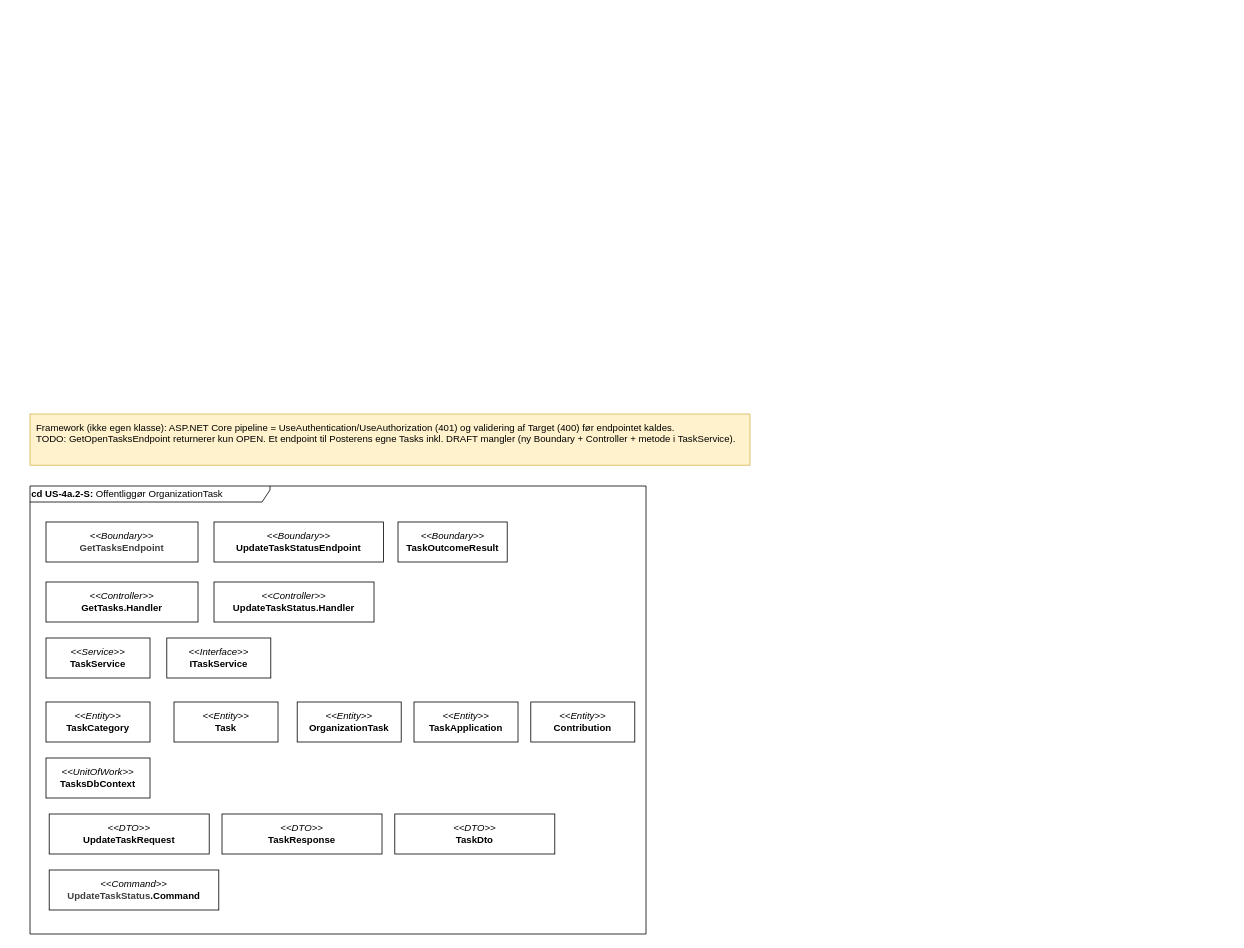
Echo-AU/artifacts keeps this draw.io diagram as page "2 - klasser" (2 of 3) of drawio/Applikationsmodeller/US4a/BE/US4a_2_PublishOrgTask.drawio. Above is the earlier version. Source tidied: cells renumbered, new cells numbered last; positions are measured from the earlier drawing's top-left corner, leaving out a move shared by most shapes. Both pictures are drawn from the tidied source at 80%, with x=0, y=0 at pixel (30, 414).
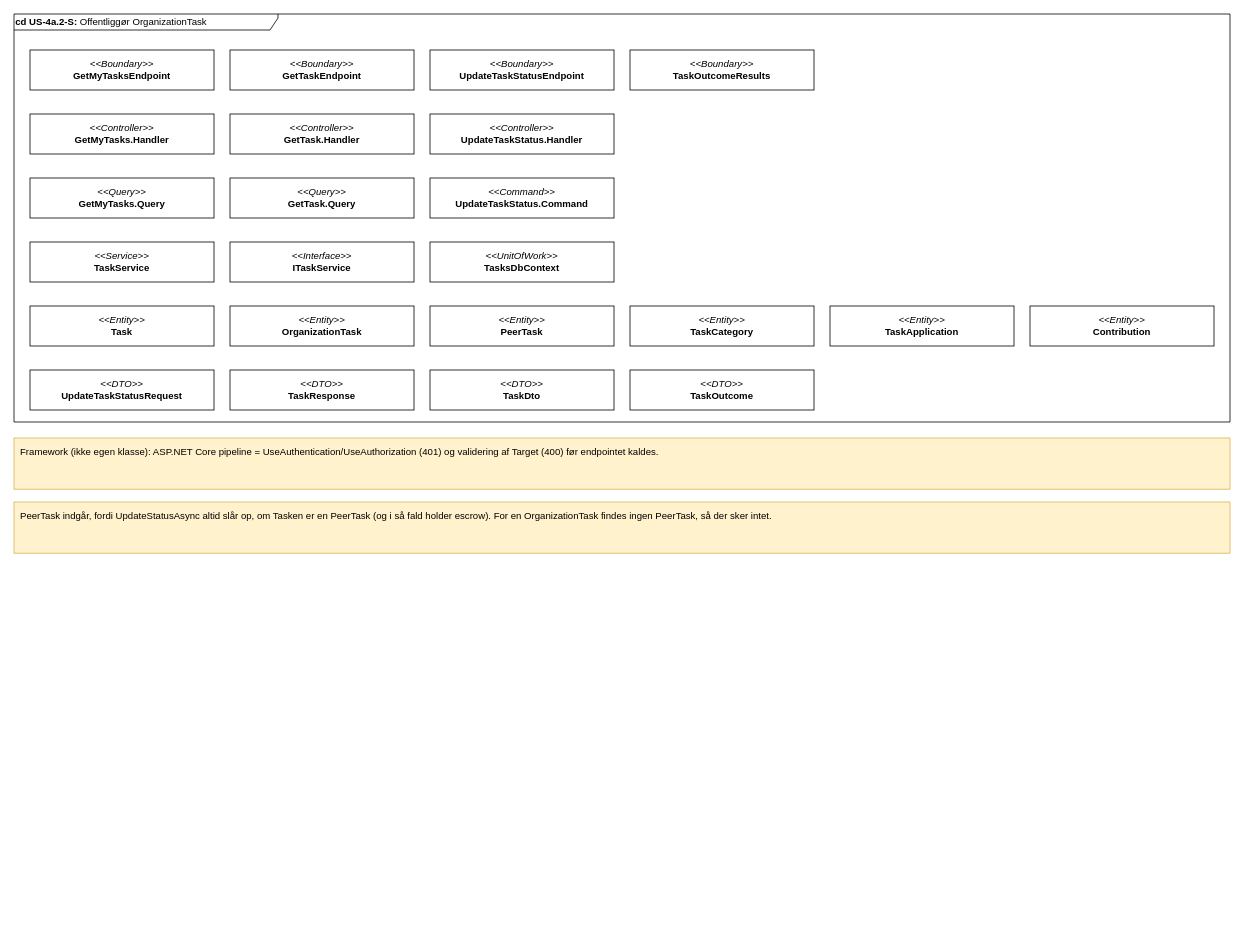
The same page after the edit.

The edit, as a diff of the source:
```diff
@@
-    <mxCell id="2" value="Framework (ikke egen klasse): ASP.NET Core pipeline = UseAuthentication/UseAuthorization (401) og validering af Target (400) før endpointet kaldes.&lt;br&gt;TODO: GetOpenTasksEndpoint returnerer kun OPEN. Et endpoint til Posterens egne Tasks inkl. DRAFT mangler (ny Boundary + Controller + metode i TaskService)." style="rounded=0;whiteSpace=wrap;html=1;fillColor=#fff2cc;strokeColor=#d6b656;align=left;verticalAlign=top;spacingLeft=6;spacingTop=4;" parent="1" vertex="1">
-      <mxGeometry width="900" height="64" as="geometry" />
-    </mxCell>
-    <mxCell id="3" value="&lt;b&gt;cd US-4a.2-S: &lt;/b&gt;Offentliggør OrganizationTask" style="shape=umlFrame;whiteSpace=wrap;html=1;width=300;height=20;align=left;" parent="1" vertex="1">
-      <mxGeometry y="90" width="770" height="560" as="geometry" />
+    <mxCell id="3" value="&lt;b&gt;cd US-4a.2-S: &lt;/b&gt;Offentliggør OrganizationTask" style="shape=umlFrame;whiteSpace=wrap;html=1;width=330;height=20;align=left;" parent="1" vertex="1">
+      <mxGeometry x="-20" y="-500" width="1520" height="510" as="geometry" />
     </mxCell>
-    <mxCell id="4" value="&lt;span style=&quot;font-weight: normal;&quot;&gt;&lt;i&gt;&amp;lt;&amp;lt;Boundary&amp;gt;&amp;gt;&lt;/i&gt;&lt;/span&gt;&lt;div&gt;&lt;span style=&quot;color: rgb(63, 63, 63); scrollbar-color: rgba(121, 121, 121, 0.4) rgb(30, 30, 30);&quot;&gt;GetTasksEndpoint&lt;/span&gt;&lt;/div&gt;" style="rounded=0;whiteSpace=wrap;html=1;fontStyle=1;" parent="1" vertex="1">
-      <mxGeometry x="20" y="135" width="190" height="50" as="geometry" />
-    </mxCell>
+    <mxCell id="21" value="&lt;span style=&quot;font-weight: normal;&quot;&gt;&lt;i&gt;&amp;lt;&amp;lt;Boundary&amp;gt;&amp;gt;&lt;/i&gt;&lt;/span&gt;&lt;div&gt;GetMyTasksEndpoint&lt;/div&gt;" style="rounded=0;whiteSpace=wrap;html=1;fontStyle=1;" parent="1" vertex="1">
+      <mxGeometry y="-455" width="230" height="50" as="geometry" />
+    </mxCell>
+    <mxCell id="22" value="&lt;span style=&quot;font-weight: normal;&quot;&gt;&lt;i&gt;&amp;lt;&amp;lt;Boundary&amp;gt;&amp;gt;&lt;/i&gt;&lt;/span&gt;&lt;div&gt;GetTaskEndpoint&lt;/div&gt;" style="rounded=0;whiteSpace=wrap;html=1;fontStyle=1;" parent="1" vertex="1">
+      <mxGeometry x="250" y="-455" width="230" height="50" as="geometry" />
+    </mxCell>
     <mxCell id="5" value="&lt;span style=&quot;font-weight: normal;&quot;&gt;&lt;i&gt;&amp;lt;&amp;lt;Boundary&amp;gt;&amp;gt;&lt;/i&gt;&lt;/span&gt;&lt;div&gt;UpdateTaskStatusEndpoint&lt;/div&gt;" style="rounded=0;whiteSpace=wrap;html=1;fontStyle=1;" parent="1" vertex="1">
-      <mxGeometry x="230" y="135" width="212" height="50" as="geometry" />
+      <mxGeometry x="500" y="-455" width="230" height="50" as="geometry" />
     </mxCell>
-    <mxCell id="6" value="&lt;span style=&quot;font-weight: normal;&quot;&gt;&lt;i&gt;&amp;lt;&amp;lt;Boundary&amp;gt;&amp;gt;&lt;/i&gt;&lt;/span&gt;&lt;div&gt;TaskOutcomeResult&lt;/div&gt;" style="rounded=0;whiteSpace=wrap;html=1;fontStyle=1;" parent="1" vertex="1">
-      <mxGeometry x="460" y="135" width="136.5" height="50" as="geometry" />
-    </mxCell>
-    <mxCell id="7" value="&lt;span style=&quot;font-weight: normal;&quot;&gt;&lt;i&gt;&amp;lt;&amp;lt;Controller&amp;gt;&amp;gt;&lt;/i&gt;&lt;/span&gt;&lt;div&gt;GetTasks.Handler&lt;/div&gt;" style="rounded=0;whiteSpace=wrap;html=1;fontStyle=1;" parent="1" vertex="1">
-      <mxGeometry x="20" y="210" width="190" height="50" as="geometry" />
-    </mxCell>
-    <mxCell id="8" value="&lt;span style=&quot;font-weight: normal;&quot;&gt;&lt;i&gt;&amp;lt;&amp;lt;Command&amp;gt;&amp;gt;&lt;br&gt;&lt;/i&gt;&lt;/span&gt;&lt;div&gt;&lt;span style=&quot;color: rgb(63, 63, 63); background-color: transparent;&quot;&gt;UpdateTaskStatus&lt;/span&gt;.Command&lt;/div&gt;" style="rounded=0;whiteSpace=wrap;html=1;fontStyle=1;" parent="1" vertex="1">
-      <mxGeometry x="24" y="570" width="212" height="50" as="geometry" />
-    </mxCell>
-    <mxCell id="9" value="&lt;span style=&quot;font-weight: normal;&quot;&gt;&lt;i&gt;&amp;lt;&amp;lt;DTO&amp;gt;&amp;gt;&lt;/i&gt;&lt;/span&gt;&lt;div&gt;UpdateTaskRequest&lt;/div&gt;" style="rounded=0;whiteSpace=wrap;html=1;fontStyle=1;" parent="1" vertex="1">
-      <mxGeometry x="24" y="500" width="200" height="50" as="geometry" />
-    </mxCell>
+    <mxCell id="23" value="&lt;span style=&quot;font-weight: normal;&quot;&gt;&lt;i&gt;&amp;lt;&amp;lt;Boundary&amp;gt;&amp;gt;&lt;/i&gt;&lt;/span&gt;&lt;div&gt;TaskOutcomeResults&lt;/div&gt;" style="rounded=0;whiteSpace=wrap;html=1;fontStyle=1;" parent="1" vertex="1">
+      <mxGeometry x="750" y="-455" width="230" height="50" as="geometry" />
+    </mxCell>
+    <mxCell id="24" value="&lt;span style=&quot;font-weight: normal;&quot;&gt;&lt;i&gt;&amp;lt;&amp;lt;Controller&amp;gt;&amp;gt;&lt;/i&gt;&lt;/span&gt;&lt;div&gt;GetMyTasks.Handler&lt;/div&gt;" style="rounded=0;whiteSpace=wrap;html=1;fontStyle=1;" parent="1" vertex="1">
+      <mxGeometry y="-375" width="230" height="50" as="geometry" />
+    </mxCell>
+    <mxCell id="25" value="&lt;span style=&quot;font-weight: normal;&quot;&gt;&lt;i&gt;&amp;lt;&amp;lt;Controller&amp;gt;&amp;gt;&lt;/i&gt;&lt;/span&gt;&lt;div&gt;GetTask.Handler&lt;/div&gt;" style="rounded=0;whiteSpace=wrap;html=1;fontStyle=1;" parent="1" vertex="1">
+      <mxGeometry x="250" y="-375" width="230" height="50" as="geometry" />
+    </mxCell>
+    <mxCell id="13" value="&lt;span style=&quot;font-weight: normal;&quot;&gt;&lt;i&gt;&amp;lt;&amp;lt;Controller&amp;gt;&amp;gt;&lt;/i&gt;&lt;/span&gt;&lt;div&gt;UpdateTaskStatus.Handler&lt;/div&gt;" style="rounded=0;whiteSpace=wrap;html=1;fontStyle=1;" parent="1" vertex="1">
+      <mxGeometry x="500" y="-375" width="230" height="50" as="geometry" />
+    </mxCell>
+    <mxCell id="26" value="&lt;span style=&quot;font-weight: normal;&quot;&gt;&lt;i&gt;&amp;lt;&amp;lt;Query&amp;gt;&amp;gt;&lt;/i&gt;&lt;/span&gt;&lt;div&gt;GetMyTasks.Query&lt;/div&gt;" style="rounded=0;whiteSpace=wrap;html=1;fontStyle=1;" parent="1" vertex="1">
+      <mxGeometry y="-295" width="230" height="50" as="geometry" />
+    </mxCell>
+    <mxCell id="27" value="&lt;span style=&quot;font-weight: normal;&quot;&gt;&lt;i&gt;&amp;lt;&amp;lt;Query&amp;gt;&amp;gt;&lt;/i&gt;&lt;/span&gt;&lt;div&gt;GetTask.Query&lt;/div&gt;" style="rounded=0;whiteSpace=wrap;html=1;fontStyle=1;" parent="1" vertex="1">
+      <mxGeometry x="250" y="-295" width="230" height="50" as="geometry" />
+    </mxCell>
+    <mxCell id="28" value="&lt;span style=&quot;font-weight: normal;&quot;&gt;&lt;i&gt;&amp;lt;&amp;lt;Command&amp;gt;&amp;gt;&lt;/i&gt;&lt;/span&gt;&lt;div&gt;UpdateTaskStatus.Command&lt;/div&gt;" style="rounded=0;whiteSpace=wrap;html=1;fontStyle=1;" parent="1" vertex="1">
+      <mxGeometry x="500" y="-295" width="230" height="50" as="geometry" />
+    </mxCell>
     <mxCell id="10" value="&lt;span style=&quot;font-weight: normal;&quot;&gt;&lt;i&gt;&amp;lt;&amp;lt;Service&amp;gt;&amp;gt;&lt;/i&gt;&lt;/span&gt;&lt;div&gt;TaskService&lt;/div&gt;" style="rounded=0;whiteSpace=wrap;html=1;fontStyle=1;" parent="1" vertex="1">
-      <mxGeometry x="20" y="280" width="130" height="50" as="geometry" />
+      <mxGeometry y="-215" width="230" height="50" as="geometry" />
     </mxCell>
+    <mxCell id="14" value="&lt;span style=&quot;font-weight: normal;&quot;&gt;&lt;i&gt;&amp;lt;&amp;lt;Interface&amp;gt;&amp;gt;&lt;/i&gt;&lt;/span&gt;&lt;div&gt;ITaskService&lt;/div&gt;" style="rounded=0;whiteSpace=wrap;html=1;fontStyle=1;" parent="1" vertex="1">
+      <mxGeometry x="250" y="-215" width="230" height="50" as="geometry" />
+    </mxCell>
     <mxCell id="11" value="&lt;span style=&quot;font-weight: normal;&quot;&gt;&lt;i&gt;&amp;lt;&amp;lt;UnitOfWork&amp;gt;&amp;gt;&lt;/i&gt;&lt;/span&gt;&lt;div&gt;TasksDbContext&lt;/div&gt;" style="rounded=0;whiteSpace=wrap;html=1;fontStyle=1;" parent="1" vertex="1">
-      <mxGeometry x="20" y="430" width="130" height="50" as="geometry" />
+      <mxGeometry x="500" y="-215" width="230" height="50" as="geometry" />
     </mxCell>
-    <mxCell id="12" value="&lt;span style=&quot;font-weight: normal;&quot;&gt;&lt;i&gt;&amp;lt;&amp;lt;Entity&amp;gt;&amp;gt;&lt;/i&gt;&lt;/span&gt;&lt;div&gt;TaskCategory&lt;/div&gt;" style="rounded=0;whiteSpace=wrap;html=1;fontStyle=1;" parent="1" vertex="1">
-      <mxGeometry x="20" y="360" width="130" height="50" as="geometry" />
-    </mxCell>
-    <mxCell id="13" value="&lt;span style=&quot;font-weight: normal;&quot;&gt;&lt;i&gt;&amp;lt;&amp;lt;Controller&amp;gt;&amp;gt;&lt;/i&gt;&lt;/span&gt;&lt;div&gt;UpdateTaskStatus.Handler&lt;/div&gt;" style="rounded=0;whiteSpace=wrap;html=1;fontStyle=1;" parent="1" vertex="1">
-      <mxGeometry x="230" y="210" width="200" height="50" as="geometry" />
-    </mxCell>
-    <mxCell id="14" value="&lt;span style=&quot;font-weight: normal;&quot;&gt;&lt;i&gt;&amp;lt;&amp;lt;Interface&amp;gt;&amp;gt;&lt;/i&gt;&lt;/span&gt;&lt;div&gt;ITaskService&lt;/div&gt;" style="rounded=0;whiteSpace=wrap;html=1;fontStyle=1;" parent="1" vertex="1">
-      <mxGeometry x="171" y="280" width="130" height="50" as="geometry" />
-    </mxCell>
     <mxCell id="15" value="&lt;span style=&quot;font-weight: normal;&quot;&gt;&lt;i&gt;&amp;lt;&amp;lt;Entity&amp;gt;&amp;gt;&lt;/i&gt;&lt;/span&gt;&lt;div&gt;Task&lt;/div&gt;" style="rounded=0;whiteSpace=wrap;html=1;fontStyle=1;" parent="1" vertex="1">
-      <mxGeometry x="180" y="360" width="130" height="50" as="geometry" />
+      <mxGeometry y="-135" width="230" height="50" as="geometry" />
     </mxCell>
     <mxCell id="16" value="&lt;span style=&quot;font-weight: normal;&quot;&gt;&lt;i&gt;&amp;lt;&amp;lt;Entity&amp;gt;&amp;gt;&lt;/i&gt;&lt;/span&gt;&lt;div&gt;OrganizationTask&lt;/div&gt;" style="rounded=0;whiteSpace=wrap;html=1;fontStyle=1;" parent="1" vertex="1">
-      <mxGeometry x="334" y="360" width="130" height="50" as="geometry" />
+      <mxGeometry x="250" y="-135" width="230" height="50" as="geometry" />
     </mxCell>
+    <mxCell id="29" value="&lt;span style=&quot;font-weight: normal;&quot;&gt;&lt;i&gt;&amp;lt;&amp;lt;Entity&amp;gt;&amp;gt;&lt;/i&gt;&lt;/span&gt;&lt;div&gt;PeerTask&lt;/div&gt;" style="rounded=0;whiteSpace=wrap;html=1;fontStyle=1;" parent="1" vertex="1">
+      <mxGeometry x="500" y="-135" width="230" height="50" as="geometry" />
+    </mxCell>
+    <mxCell id="12" value="&lt;span style=&quot;font-weight: normal;&quot;&gt;&lt;i&gt;&amp;lt;&amp;lt;Entity&amp;gt;&amp;gt;&lt;/i&gt;&lt;/span&gt;&lt;div&gt;TaskCategory&lt;/div&gt;" style="rounded=0;whiteSpace=wrap;html=1;fontStyle=1;" parent="1" vertex="1">
+      <mxGeometry x="750" y="-135" width="230" height="50" as="geometry" />
+    </mxCell>
+    <mxCell id="19" value="&lt;span style=&quot;font-weight: normal;&quot;&gt;&lt;i&gt;&amp;lt;&amp;lt;Entity&amp;gt;&amp;gt;&lt;/i&gt;&lt;/span&gt;&lt;div&gt;TaskApplication&lt;/div&gt;" style="rounded=0;whiteSpace=wrap;html=1;fontStyle=1;" parent="1" vertex="1">
+      <mxGeometry x="1000" y="-135" width="230" height="50" as="geometry" />
+    </mxCell>
+    <mxCell id="20" value="&lt;span style=&quot;font-weight: normal;&quot;&gt;&lt;i&gt;&amp;lt;&amp;lt;Entity&amp;gt;&amp;gt;&lt;/i&gt;&lt;/span&gt;&lt;div&gt;Contribution&lt;/div&gt;" style="rounded=0;whiteSpace=wrap;html=1;fontStyle=1;" parent="1" vertex="1">
+      <mxGeometry x="1250" y="-135" width="230" height="50" as="geometry" />
+    </mxCell>
+    <mxCell id="30" value="&lt;span style=&quot;font-weight: normal;&quot;&gt;&lt;i&gt;&amp;lt;&amp;lt;DTO&amp;gt;&amp;gt;&lt;/i&gt;&lt;/span&gt;&lt;div&gt;UpdateTaskStatusRequest&lt;/div&gt;" style="rounded=0;whiteSpace=wrap;html=1;fontStyle=1;" parent="1" vertex="1">
+      <mxGeometry y="-55" width="230" height="50" as="geometry" />
+    </mxCell>
     <mxCell id="17" value="&lt;span style=&quot;font-weight: normal;&quot;&gt;&lt;i&gt;&amp;lt;&amp;lt;DTO&amp;gt;&amp;gt;&lt;/i&gt;&lt;/span&gt;&lt;div&gt;TaskResponse&lt;/div&gt;" style="rounded=0;whiteSpace=wrap;html=1;fontStyle=1;" parent="1" vertex="1">
-      <mxGeometry x="240" y="500" width="200" height="50" as="geometry" />
+      <mxGeometry x="250" y="-55" width="230" height="50" as="geometry" />
     </mxCell>
     <mxCell id="18" value="&lt;span style=&quot;font-weight: normal;&quot;&gt;&lt;i&gt;&amp;lt;&amp;lt;DTO&amp;gt;&amp;gt;&lt;/i&gt;&lt;/span&gt;&lt;div&gt;TaskDto&lt;/div&gt;" style="rounded=0;whiteSpace=wrap;html=1;fontStyle=1;" parent="1" vertex="1">
-      <mxGeometry x="456" y="500" width="200" height="50" as="geometry" />
+      <mxGeometry x="500" y="-55" width="230" height="50" as="geometry" />
     </mxCell>
-    <mxCell id="19" value="&lt;span style=&quot;font-weight: normal;&quot;&gt;&lt;i&gt;&amp;lt;&amp;lt;Entity&amp;gt;&amp;gt;&lt;/i&gt;&lt;/span&gt;&lt;div&gt;TaskApplication&lt;/div&gt;" style="rounded=0;whiteSpace=wrap;html=1;fontStyle=1;" parent="1" vertex="1">
-      <mxGeometry x="480" y="360" width="130" height="50" as="geometry" />
-    </mxCell>
-    <mxCell id="20" value="&lt;span style=&quot;font-weight: normal;&quot;&gt;&lt;i&gt;&amp;lt;&amp;lt;Entity&amp;gt;&amp;gt;&lt;/i&gt;&lt;/span&gt;&lt;div&gt;Contribution&lt;/div&gt;" style="rounded=0;whiteSpace=wrap;html=1;fontStyle=1;" parent="1" vertex="1">
-      <mxGeometry x="626" y="360" width="130" height="50" as="geometry" />
-    </mxCell>
+    <mxCell id="31" value="&lt;span style=&quot;font-weight: normal;&quot;&gt;&lt;i&gt;&amp;lt;&amp;lt;DTO&amp;gt;&amp;gt;&lt;/i&gt;&lt;/span&gt;&lt;div&gt;TaskOutcome&lt;/div&gt;" style="rounded=0;whiteSpace=wrap;html=1;fontStyle=1;" parent="1" vertex="1">
+      <mxGeometry x="750" y="-55" width="230" height="50" as="geometry" />
+    </mxCell>
+    <mxCell id="32" value="Framework (ikke egen klasse): ASP.NET Core pipeline = UseAuthentication/UseAuthorization (401) og validering af Target (400) før endpointet kaldes." style="rounded=0;whiteSpace=wrap;html=1;fillColor=#fff2cc;strokeColor=#d6b656;align=left;verticalAlign=top;spacingLeft=6;spacingTop=4;" parent="1" vertex="1">
+      <mxGeometry x="-20" y="30" width="1520" height="64" as="geometry" />
+    </mxCell>
+    <mxCell id="33" value="PeerTask indgår, fordi UpdateStatusAsync altid slår op, om Tasken er en PeerTask (og i så fald holder escrow). For en OrganizationTask findes ingen PeerTask, så der sker intet." style="rounded=0;whiteSpace=wrap;html=1;fillColor=#fff2cc;strokeColor=#d6b656;align=left;verticalAlign=top;spacingLeft=6;spacingTop=4;" parent="1" vertex="1">
+      <mxGeometry x="-20" y="110" width="1520" height="64" as="geometry" />
+    </mxCell>
```
